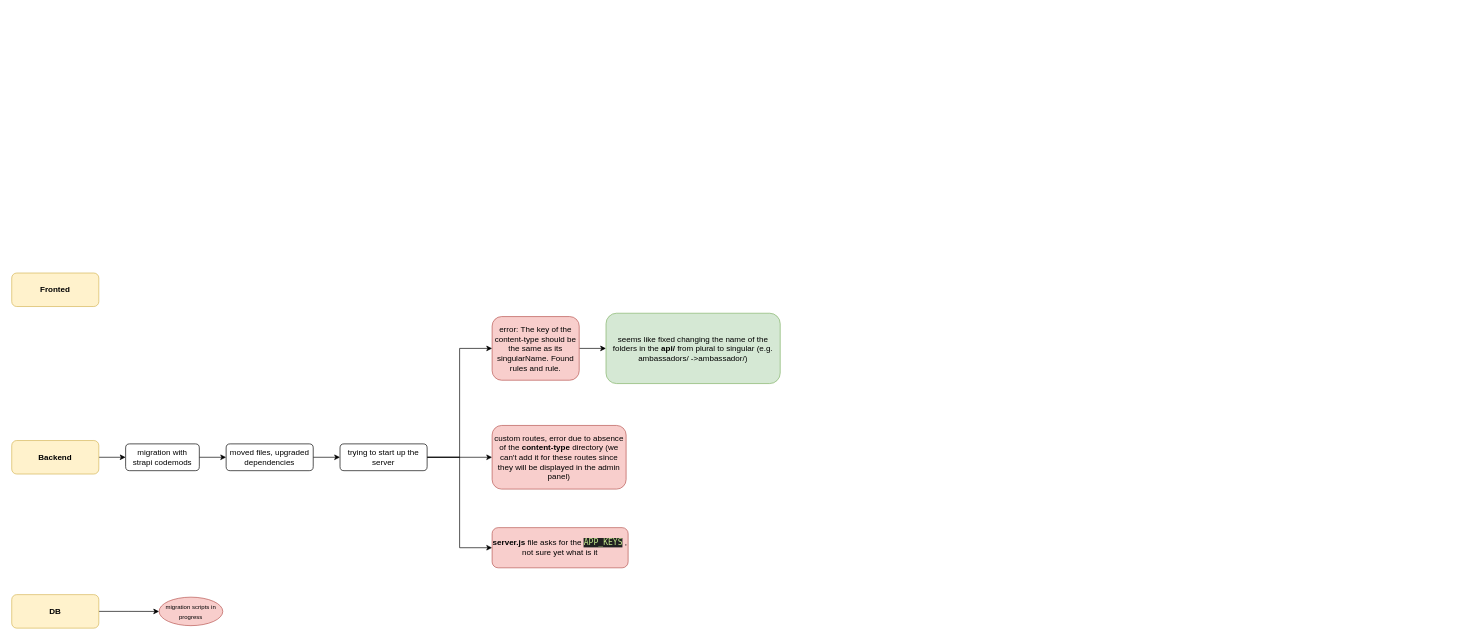
Above: strapi-v3-to-v4-migration.drawio in alumedot/diagrams (draw.io), before the change. Source tidied: cells renumbered, new cells numbered last; positions are measured from the earlier drawing's top-left corner, leaving out a move shared by most shapes. Both pictures are drawn from the tidied source at 67%, with x=0, y=0 at pixel (11, 273).
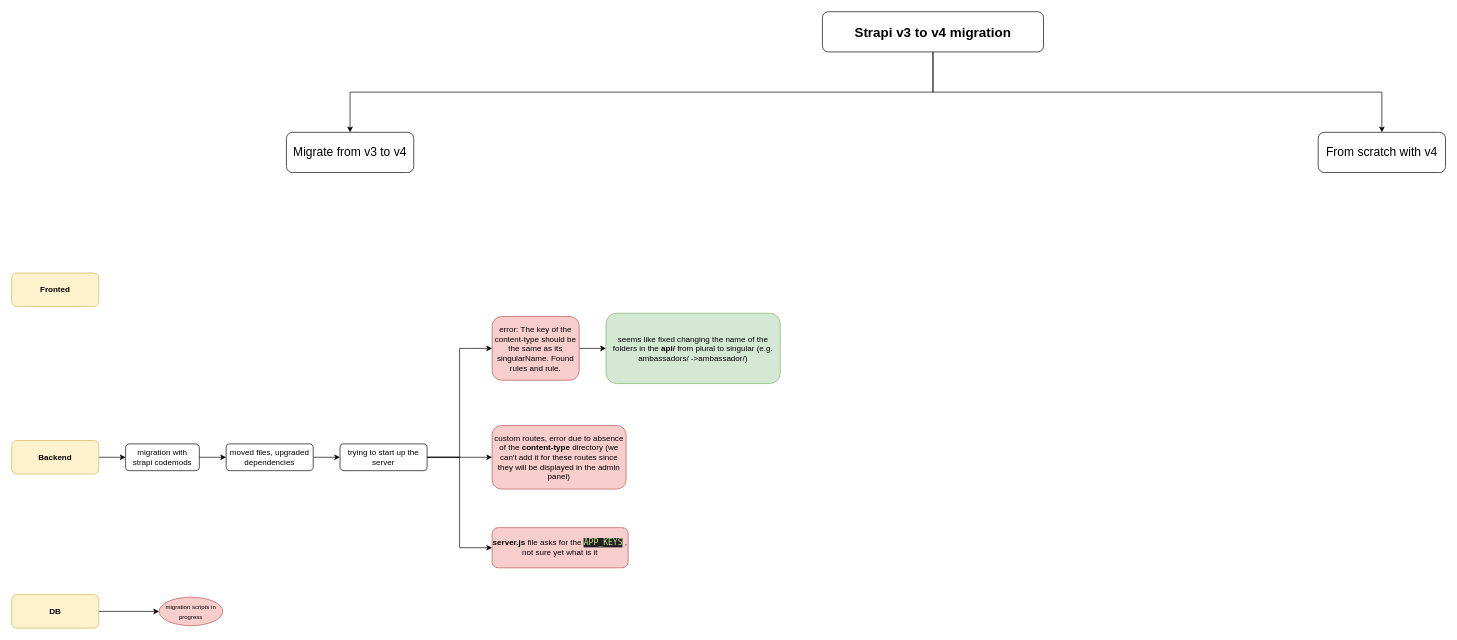
Above is the later version.

The edit, as a diff of the source:
```diff
@@
+    <mxCell id="21" style="edgeStyle=orthogonalEdgeStyle;rounded=0;jettySize=auto;html=1;fontSize=20;exitX=0.5;exitY=1;exitDx=0;exitDy=0;" parent="1" edge="1" source="23" target="24">
+      <mxGeometry relative="1" as="geometry" />
+    </mxCell>
+    <mxCell id="22" style="edgeStyle=orthogonalEdgeStyle;rounded=0;jettySize=auto;html=1;exitX=0.5;exitY=1;exitDx=0;exitDy=0;entryX=0.5;entryY=0;entryDx=0;entryDy=0;fontSize=18;" parent="1" edge="1" source="23" target="25">
+      <mxGeometry relative="1" as="geometry" />
+    </mxCell>
+    <mxCell id="23" value="&lt;b&gt;&lt;font style=&quot;font-size: 20px&quot;&gt;Strapi v3 to v4 migration&lt;/font&gt;&lt;/b&gt;" style="rounded=1;whiteSpace=wrap;html=1;" parent="1" vertex="1">
+      <mxGeometry x="1210" y="-390" width="330" height="60" as="geometry" />
+    </mxCell>
+    <mxCell id="24" value="&lt;font style=&quot;font-size: 18px&quot;&gt;Migrate from v3 to v4&lt;/font&gt;" style="whiteSpace=wrap;html=1;rounded=1;" parent="1" vertex="1">
+      <mxGeometry x="410" y="-210" width="190" height="60" as="geometry" />
+    </mxCell>
+    <mxCell id="25" value="&lt;span style=&quot;font-size: 18px&quot;&gt;From scratch with v4&lt;/span&gt;" style="whiteSpace=wrap;html=1;rounded=1;" parent="1" vertex="1">
+      <mxGeometry x="1950" y="-210" width="190" height="60" as="geometry" />
+    </mxCell>
```
